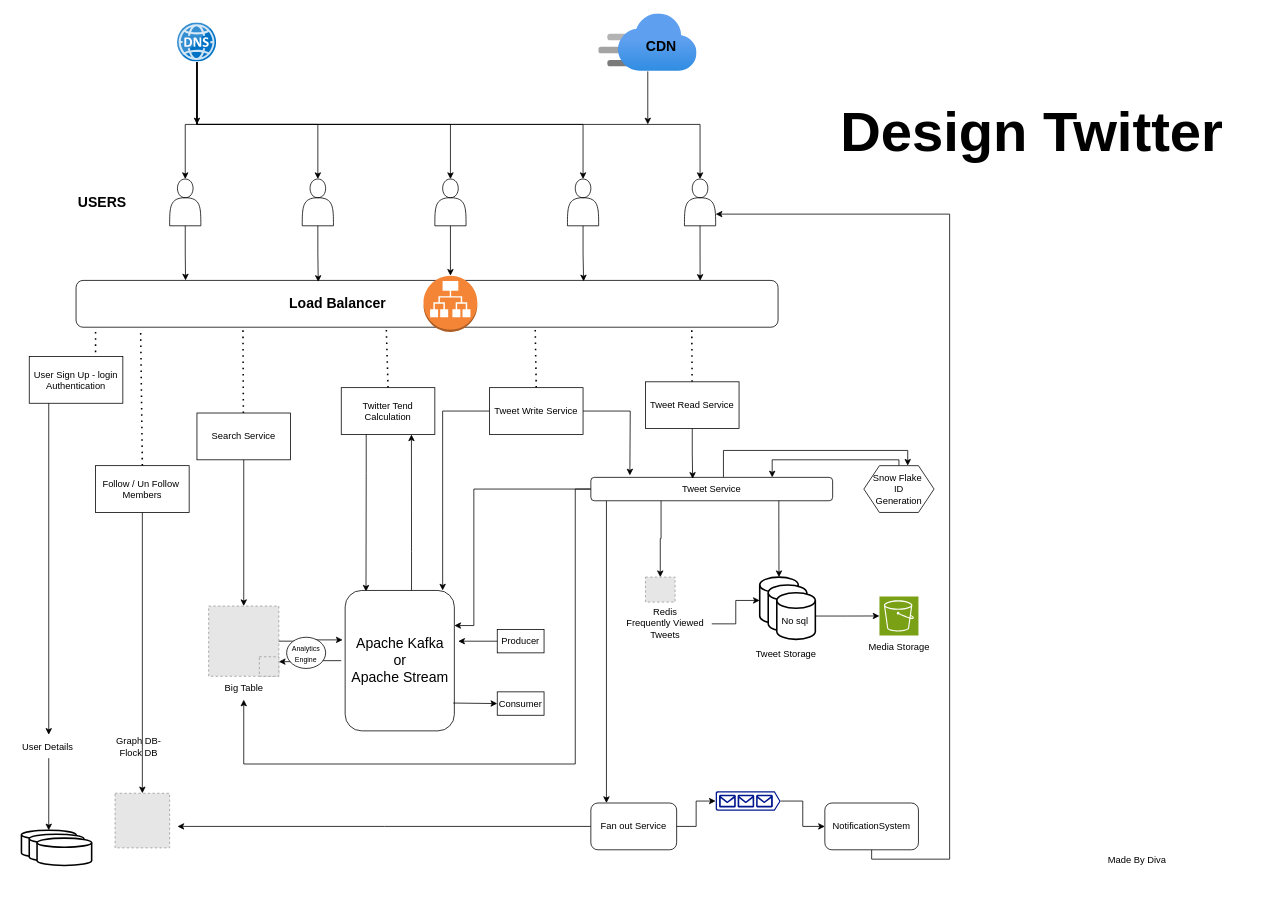
The draw.io diagram Design Twitter xml .drawio in divakar1669/HldWithDiva, before the edit. Source tidied: cells renumbered, new cells numbered last; positions are measured from the earlier drawing's top-left corner, leaving out a move shared by most shapes. Both pictures are drawn from the tidied source at 78%, with x=0, y=0 at pixel (13, 13). Pictures stored in the file or linked from it are replaced by grey dashed boxes.
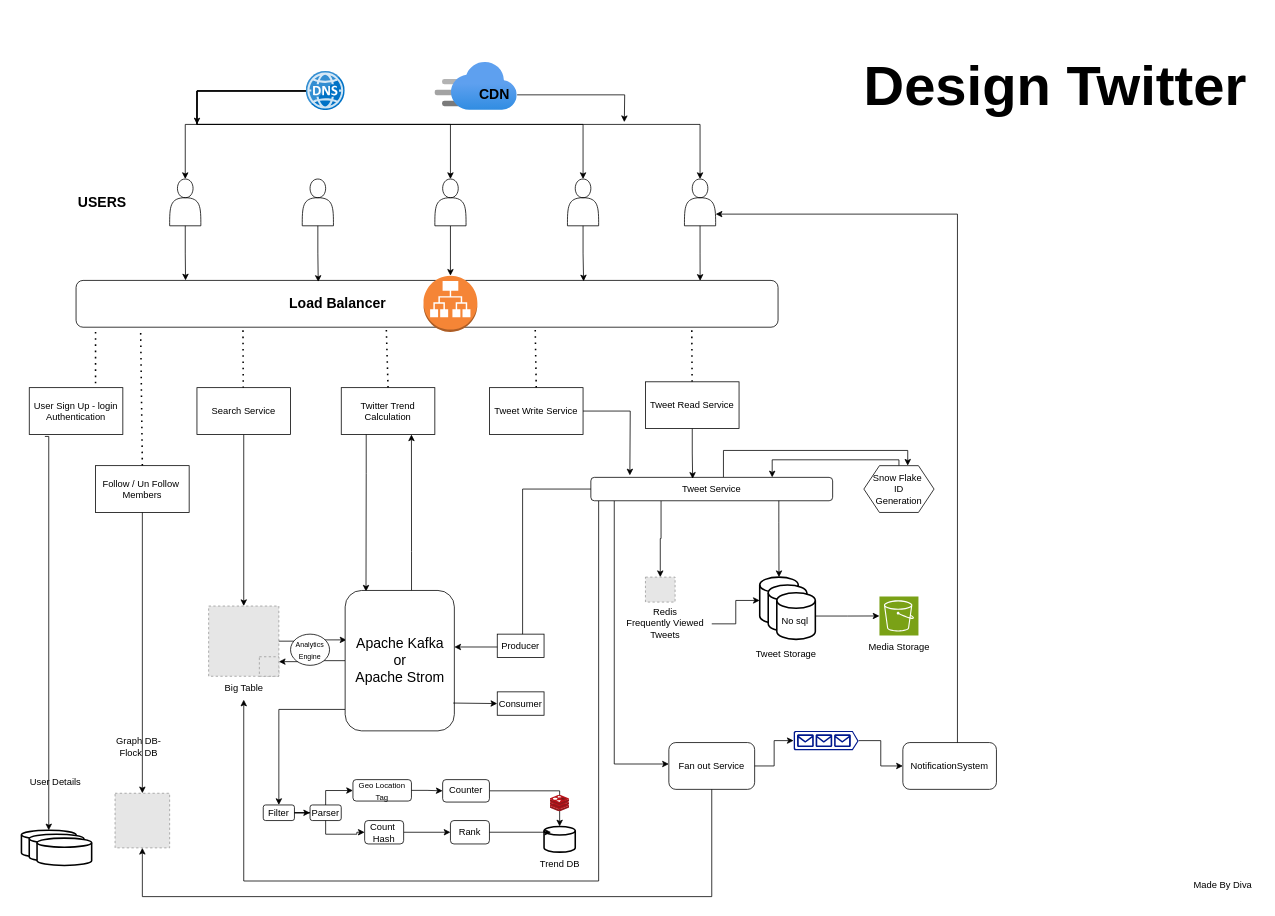
The same diagram, later.

The change refers to these unchanged cells:
```xml
<mxCell id="6" style="shape=actor;whiteSpace=wrap;html=1;" parent="1" vertex="1">
  <mxGeometry x="860" y="212" width="40" height="60" as="geometry" />
</mxCell>
<mxCell id="8" style="shape=actor;whiteSpace=wrap;html=1;" parent="1" vertex="1">
  <mxGeometry x="370" y="212" width="40" height="60" as="geometry" />
</mxCell>
<mxCell id="34" style="strokeWidth=2;html=1;shape=mxgraph.flowchart.database;whiteSpace=wrap;" parent="33" vertex="1">
  <mxGeometry y="-25" width="70" height="35" as="geometry" />
</mxCell>
<mxCell id="45" value="Tweet Write Service" style="whiteSpace=wrap;html=1;" parent="1" vertex="1">
  <mxGeometry x="610" y="479.5" width="120" height="60" as="geometry" />
</mxCell>
<mxCell id="46" style="fillColor=#E6E6E6;strokeColor=#999999;dashed=1;verticalLabelPosition=bottom;verticalAlign=top;" parent="1" vertex="1">
  <mxGeometry x="130" y="999.5" width="70" height="70" as="geometry" />
</mxCell>
<mxCell id="54" value="NotificationSystem" style="rounded=1;whiteSpace=wrap;html=1;" parent="51" vertex="1">
  <mxGeometry x="300" y="15" width="120" height="60" as="geometry" />
</mxCell>
<mxCell id="56" value="Fan out Service" style="rounded=1;whiteSpace=wrap;html=1;" parent="51" vertex="1">
  <mxGeometry y="15" width="110" height="60" as="geometry" />
</mxCell>
<mxCell id="60" value="Big Table" style="text;html=1;align=center;verticalAlign=middle;points=[];strokeColor=none;fillColor=none;" parent="1" vertex="1">
  <mxGeometry x="260" y="849.5" width="70" height="30" as="geometry" />
</mxCell>
<mxCell id="81" value="Tweet Service" style="rounded=1;whiteSpace=wrap;html=1;" parent="1" vertex="1">
  <mxGeometry x="740" y="594.5" width="310" height="30" as="geometry" />
</mxCell>
<mxCell id="94" style="rounded=1;whiteSpace=wrap;html=1;" parent="1" vertex="1">
  <mxGeometry x="425" y="739.5" width="140" height="180" as="geometry" />
</mxCell>
```

Diff of the diagram source:
```diff
@@
-    <mxCell id="10" style="edgeStyle=orthogonalEdgeStyle;rounded=0;jettySize=auto;html=1;entryX=0.5;entryY=0;entryDx=0;entryDy=0;" parent="1" edge="1" target="8">
-      <mxGeometry relative="1" as="geometry">
-        <mxPoint x="235" y="62" as="sourcePoint" />
-        <Array as="points">
-          <mxPoint x="235" y="142" />
-          <mxPoint x="390" y="142" />
-        </Array>
-      </mxGeometry>
-    </mxCell>
@@
     <mxCell id="15" style="image;html=1;points=[];align=center;fontSize=12;image=img/lib/mscae/DNS.svg;rounded=0;" parent="1" vertex="1">
-      <mxGeometry x="210" y="12" width="50" height="50" as="geometry" />
+      <mxGeometry x="375" y="74.1" width="50" height="50" as="geometry" />
     </mxCell>
@@
     <mxCell id="17" style="group;" parent="1" vertex="1">
-      <mxGeometry x="750" y="-0.1" width="126" height="74.1" as="geometry" />
+      <mxGeometry x="540" y="62" width="111.5" height="62.1" as="geometry" />
     </mxCell>
-    <mxCell id="18" style="edgeStyle=orthogonalEdgeStyle;rounded=0;jettySize=auto;html=1;" parent="17" edge="1" source="19">
-      <mxGeometry relative="1" as="geometry">
-        <mxPoint x="63" y="142.1" as="targetPoint" />
-      </mxGeometry>
-    </mxCell>
     <mxCell id="19" style="image;html=1;points=[];align=center;fontSize=12;image=img/lib/azure2/networking/CDN_Profiles.svg;rounded=0;" parent="17" vertex="1">
-      <mxGeometry width="126" height="74.1" as="geometry" />
+      <mxGeometry width="105.5" height="62.1" as="geometry" />
     </mxCell>
+    <mxCell id="100" style="edgeStyle=orthogonalEdgeStyle;rounded=0;jettySize=auto;html=1;" parent="17" edge="1" source="20">
+      <mxGeometry relative="1" as="geometry">
+        <mxPoint x="242.9" y="77.1" as="targetPoint" />
+      </mxGeometry>
+    </mxCell>
     <mxCell id="20" value="&lt;b&gt;&lt;font style=&quot;font-size: 18px;&quot;&gt;CDN&lt;/font&gt;&lt;/b&gt;" style="text;html=1;align=center;verticalAlign=middle;points=[];strokeColor=none;fillColor=none;" parent="17" vertex="1">
-      <mxGeometry x="50" y="22.1" width="60" height="40" as="geometry" />
+      <mxGeometry x="45.5" y="22.1" width="60" height="40" as="geometry" />
     </mxCell>
@@
-    <mxCell id="37" style="edgeStyle=orthogonalEdgeStyle;rounded=0;jettySize=auto;html=1;entryX=1;entryY=0.75;entryDx=0;entryDy=0;" parent="1" edge="1" source="54" target="6">
-      <mxGeometry relative="1" as="geometry">
-        <Array as="points">
-          <mxPoint x="1100" y="1084" />
-          <mxPoint x="1200" y="1084" />
-          <mxPoint x="1200" y="257" />
-        </Array>
-      </mxGeometry>
-    </mxCell>
     <mxCell id="38" value="&lt;b&gt;&lt;font style=&quot;font-size: 72px;&quot;&gt;Design Twitter&lt;/font&gt;&lt;/b&gt;" style="text;html=1;align=center;verticalAlign=middle;strokeColor=none;fillColor=none;" parent="1" vertex="1">
-      <mxGeometry x="1050" y="102" width="510" height="100" as="geometry" />
+      <mxGeometry x="1080" y="43" width="510" height="100" as="geometry" />
     </mxCell>
-    <mxCell id="39" style="edgeStyle=orthogonalEdgeStyle;rounded=0;jettySize=auto;html=1;entryX=0.5;entryY=0;entryDx=0;entryDy=0;entryPerimeter=0;" parent="1" edge="1" source="50" target="34">
-      <mxGeometry relative="1" as="geometry" />
+    <mxCell id="39" style="edgeStyle=orthogonalEdgeStyle;rounded=0;jettySize=auto;html=1;entryX=0.5;entryY=0;entryDx=0;entryDy=0;entryPerimeter=0;exitX=0.167;exitY=1.042;exitDx=0;exitDy=0;exitPerimeter=0;" parent="1" edge="1" source="40" target="34">
+      <mxGeometry relative="1" as="geometry">
+        <Array as="points">
+          <mxPoint x="45" y="542" />
+        </Array>
+      </mxGeometry>
     </mxCell>
     <mxCell id="40" value="User Sign Up - login&lt;br&gt;Authentication" style="whiteSpace=wrap;html=1;" parent="1" vertex="1">
-      <mxGeometry x="20" y="439.5" width="120" height="60" as="geometry" />
+      <mxGeometry x="20" y="479.5" width="120" height="60" as="geometry" />
     </mxCell>
@@
     <mxCell id="42" value="Search Service" style="whiteSpace=wrap;html=1;" parent="1" vertex="1">
-      <mxGeometry x="235" y="512" width="120" height="60" as="geometry" />
+      <mxGeometry x="235" y="479.5" width="120" height="60" as="geometry" />
     </mxCell>
@@
-    <mxCell id="49" style="edgeStyle=orthogonalEdgeStyle;rounded=0;jettySize=auto;html=1;entryX=0.5;entryY=0;entryDx=0;entryDy=0;entryPerimeter=0;" parent="1" edge="1" source="40" target="50">
-      <mxGeometry relative="1" as="geometry">
-        <Array as="points">
-          <mxPoint x="45" y="609.5" />
-          <mxPoint x="45" y="609.5" />
-        </Array>
-      </mxGeometry>
-    </mxCell>
     <mxCell id="50" value="User Details&amp;nbsp;" style="text;html=1;align=center;verticalAlign=middle;points=[];strokeColor=none;fillColor=none;" parent="1" vertex="1">
-      <mxGeometry y="924.5" width="90" height="30" as="geometry" />
+      <mxGeometry x="10" y="969.5" width="90" height="30" as="geometry" />
     </mxCell>
     <mxCell id="51" style="group;" parent="1" vertex="1">
-      <mxGeometry x="740" y="997" width="420" height="75" as="geometry" />
+      <mxGeometry x="840" y="919.5" width="420" height="75" as="geometry" />
     </mxCell>
@@
-    <mxCell id="55" style="edgeStyle=orthogonalEdgeStyle;rounded=0;jettySize=auto;html=1;" parent="51" edge="1" source="56">
-      <mxGeometry relative="1" as="geometry">
-        <mxPoint x="-530" y="45" as="targetPoint" />
-      </mxGeometry>
-    </mxCell>
@@
-    <mxCell id="61" value="Twitter Tend Calculation" style="whiteSpace=wrap;html=1;" parent="1" vertex="1">
+    <mxCell id="61" value="Twitter Trend Calculation" style="whiteSpace=wrap;html=1;" parent="1" vertex="1">
       <mxGeometry x="420" y="479.5" width="120" height="60" as="geometry" />
     </mxCell>
@@
     <mxCell id="76" style="edgeStyle=orthogonalEdgeStyle;rounded=0;jettySize=auto;html=1;" parent="1" edge="1" source="81" target="56">
       <mxGeometry relative="1" as="geometry">
         <Array as="points">
-          <mxPoint x="760" y="959.5" />
-          <mxPoint x="760" y="959.5" />
+          <mxPoint x="770" y="962" />
         </Array>
       </mxGeometry>
     </mxCell>
@@
     <mxCell id="78" style="edgeStyle=orthogonalEdgeStyle;rounded=0;jettySize=auto;html=1;" parent="1" edge="1" source="81" target="60">
       <mxGeometry relative="1" as="geometry">
         <Array as="points">
-          <mxPoint x="720" y="609" />
-          <mxPoint x="720" y="962" />
-          <mxPoint x="295" y="962" />
+          <mxPoint x="750" y="1112" />
+          <mxPoint x="295" y="1112" />
         </Array>
       </mxGeometry>
     </mxCell>
-    <mxCell id="79" style="edgeStyle=orthogonalEdgeStyle;rounded=0;jettySize=auto;html=1;entryX=1;entryY=0.25;entryDx=0;entryDy=0;" parent="1" edge="1" source="81" target="94">
-      <mxGeometry relative="1" as="geometry">
-        <Array as="points">
-          <mxPoint x="590" y="609" />
-          <mxPoint x="590" y="785" />
-        </Array>
-      </mxGeometry>
-    </mxCell>
@@
-    <mxCell id="87" style="edgeStyle=orthogonalEdgeStyle;rounded=0;jettySize=auto;html=1;entryX=0.893;entryY=0;entryDx=0;entryDy=0;entryPerimeter=0;" parent="1" edge="1" source="45" target="94">
-      <mxGeometry relative="1" as="geometry">
-        <Array as="points">
-          <mxPoint x="550" y="509" />
-        </Array>
-      </mxGeometry>
-    </mxCell>
     <mxCell id="88" value="&lt;font style=&quot;font-size: 9px;&quot;&gt;Analytics&lt;br&gt;Engine&lt;br&gt;&lt;/font&gt;" style="ellipse;whiteSpace=wrap;html=1;" parent="1" vertex="1">
-      <mxGeometry x="350" y="799.5" width="50" height="40" as="geometry" />
+      <mxGeometry x="355" y="795.5" width="50" height="40" as="geometry" />
     </mxCell>
@@
     <mxCell id="93" value="Made By Diva" style="text;html=1;align=center;verticalAlign=middle;strokeColor=none;fillColor=none;" parent="1" vertex="1">
-      <mxGeometry x="1390" y="1070" width="100" height="30" as="geometry" />
+      <mxGeometry x="1500" y="1102" width="100" height="30" as="geometry" />
     </mxCell>
+    <mxCell id="101" style="edgeStyle=orthogonalEdgeStyle;rounded=0;jettySize=auto;html=1;" parent="1" edge="1" source="94" target="109">
+      <mxGeometry relative="1" as="geometry">
+        <Array as="points">
+          <mxPoint x="340" y="892" />
+        </Array>
+      </mxGeometry>
+    </mxCell>
@@
-    <mxCell id="95" value="&lt;font style=&quot;font-size: 18px;&quot;&gt;Apache Kafka&lt;br&gt;or&lt;br&gt;Apache Stream&lt;/font&gt;" style="text;html=1;align=center;verticalAlign=middle;points=[];strokeColor=none;fillColor=none;" parent="1" vertex="1">
-      <mxGeometry x="420" y="789.5" width="150" height="80" as="geometry" />
+    <mxCell id="95" value="&lt;font style=&quot;font-size: 18px;&quot;&gt;Apache Kafka&lt;br&gt;or&lt;br&gt;Apache Strom&lt;/font&gt;" style="text;html=1;align=center;verticalAlign=middle;points=[];strokeColor=none;fillColor=none;" parent="1" vertex="1">
+      <mxGeometry x="425" y="789.5" width="140" height="80" as="geometry" />
     </mxCell>
+    <mxCell id="97" value="Consumer" style="whiteSpace=wrap;html=1;" parent="1" vertex="1">
+      <mxGeometry x="620" y="869.5" width="60" height="30" as="geometry" />
+    </mxCell>
+    <mxCell id="99" style="endArrow=classic;html=1;rounded=0;entryX=0;entryY=0.5;entryDx=0;entryDy=0;exitX=0.99;exitY=0.802;exitDx=0;exitDy=0;exitPerimeter=0;" parent="1" edge="1" source="94" target="97">
+      <mxGeometry relative="1" as="geometry" />
+    </mxCell>
+    <mxCell id="37" style="edgeStyle=orthogonalEdgeStyle;rounded=0;jettySize=auto;html=1;entryX=1;entryY=0.75;entryDx=0;entryDy=0;" parent="1" edge="1" source="54" target="6">
+      <mxGeometry relative="1" as="geometry">
+        <Array as="points">
+          <mxPoint x="1210" y="257" />
+        </Array>
+      </mxGeometry>
+    </mxCell>
+    <mxCell id="102" style="edgeStyle=orthogonalEdgeStyle;rounded=0;jettySize=auto;html=1;entryX=1;entryY=0.281;entryDx=0;entryDy=0;entryPerimeter=0;" parent="1" edge="1" source="81" target="95">
+      <mxGeometry relative="1" as="geometry" />
+    </mxCell>
     <mxCell id="96" value="Producer" style="whiteSpace=wrap;html=1;" parent="1" vertex="1">
-      <mxGeometry x="620" y="789.5" width="60" height="30" as="geometry" />
+      <mxGeometry x="620" y="795.5" width="60" height="30" as="geometry" />
     </mxCell>
-    <mxCell id="97" value="Consumer" style="whiteSpace=wrap;html=1;" parent="1" vertex="1">
-      <mxGeometry x="620" y="869.5" width="60" height="30" as="geometry" />
-    </mxCell>
-    <mxCell id="98" style="edgeStyle=orthogonalEdgeStyle;rounded=0;jettySize=auto;html=1;entryX=1;entryY=0.188;entryDx=0;entryDy=0;entryPerimeter=0;" parent="1" edge="1" source="96" target="95">
-      <mxGeometry relative="1" as="geometry" />
-    </mxCell>
-    <mxCell id="99" style="endArrow=classic;html=1;rounded=0;entryX=0;entryY=0.5;entryDx=0;entryDy=0;exitX=0.99;exitY=0.802;exitDx=0;exitDy=0;exitPerimeter=0;" parent="1" edge="1" source="94" target="97">
-      <mxGeometry relative="1" as="geometry" />
-    </mxCell>
+    <mxCell id="103" style="edgeStyle=orthogonalEdgeStyle;rounded=0;jettySize=auto;html=1;entryX=0.5;entryY=1;entryDx=0;entryDy=0;" parent="1" edge="1" source="56" target="46">
+      <mxGeometry relative="1" as="geometry">
+        <Array as="points">
+          <mxPoint x="895" y="1132" />
+          <mxPoint x="165" y="1132" />
+        </Array>
+      </mxGeometry>
+    </mxCell>
+    <mxCell id="104" style="strokeWidth=2;html=1;shape=mxgraph.flowchart.database;whiteSpace=wrap;" parent="1" vertex="1">
+      <mxGeometry x="680" y="1042" width="40" height="33" as="geometry" />
+    </mxCell>
+    <mxCell id="105" style="edgeStyle=orthogonalEdgeStyle;rounded=0;jettySize=auto;html=1;entryX=0.5;entryY=0;entryDx=0;entryDy=0;entryPerimeter=0;" parent="1" edge="1" source="114" target="104">
+      <mxGeometry relative="1" as="geometry" />
+    </mxCell>
+    <mxCell id="106" style="image;sketch=0;html=1;align=center;fontSize=12;image=img/lib/mscae/Cache_Redis_Product.svg;" parent="1" vertex="1">
+      <mxGeometry x="687.5" y="1002" width="25" height="21" as="geometry" />
+    </mxCell>
+    <mxCell id="107" value="Trend DB" style="text;html=1;align=center;verticalAlign=middle;strokeColor=none;fillColor=none;" parent="1" vertex="1">
+      <mxGeometry x="665" y="1075" width="70" height="30" as="geometry" />
+    </mxCell>
+    <mxCell id="108" style="group;" parent="1" vertex="1">
+      <mxGeometry x="320" y="982" width="290" height="82.5" as="geometry" />
+    </mxCell>
+    <mxCell id="109" value="Filter" style="rounded=1;whiteSpace=wrap;html=1;" parent="108" vertex="1">
+      <mxGeometry y="32.5" width="40" height="20" as="geometry" />
+    </mxCell>
+    <mxCell id="110" value="Parser" style="rounded=1;whiteSpace=wrap;html=1;" parent="108" vertex="1">
+      <mxGeometry x="60" y="32.5" width="40" height="20" as="geometry" />
+    </mxCell>
+    <mxCell id="111" style="edgeStyle=orthogonalEdgeStyle;rounded=0;jettySize=auto;html=1;entryX=0;entryY=0.5;entryDx=0;entryDy=0;" parent="108" edge="1" source="109" target="110">
+      <mxGeometry relative="1" as="geometry" />
+    </mxCell>
+    <mxCell id="112" value="&lt;font style=&quot;font-size: 10px;&quot;&gt;Geo Location Tag&lt;/font&gt;" style="rounded=1;whiteSpace=wrap;html=1;" parent="108" vertex="1">
+      <mxGeometry x="115" width="75" height="27.5" as="geometry" />
+    </mxCell>
+    <mxCell id="113" style="edgeStyle=orthogonalEdgeStyle;rounded=0;jettySize=auto;html=1;" parent="108" edge="1" source="110" target="112">
+      <mxGeometry relative="1" as="geometry">
+        <Array as="points">
+          <mxPoint x="80" y="14" />
+        </Array>
+      </mxGeometry>
+    </mxCell>
+    <mxCell id="114" value="Counter" style="rounded=1;whiteSpace=wrap;html=1;" parent="108" vertex="1">
+      <mxGeometry x="230" width="60" height="28.8" as="geometry" />
+    </mxCell>
+    <mxCell id="115" style="edgeStyle=orthogonalEdgeStyle;rounded=0;jettySize=auto;html=1;entryX=0;entryY=0.5;entryDx=0;entryDy=0;" parent="108" edge="1" source="112" target="114">
+      <mxGeometry relative="1" as="geometry" />
+    </mxCell>
+    <mxCell id="116" value="Rank" style="rounded=1;whiteSpace=wrap;html=1;" parent="108" vertex="1">
+      <mxGeometry x="240" y="52.5" width="50" height="30" as="geometry" />
+    </mxCell>
+    <mxCell id="117" style="edgeStyle=orthogonalEdgeStyle;rounded=0;jettySize=auto;html=1;entryX=0;entryY=0.5;entryDx=0;entryDy=0;" parent="108" edge="1" source="118" target="116">
+      <mxGeometry relative="1" as="geometry" />
+    </mxCell>
+    <mxCell id="118" value="Count&amp;nbsp;&lt;br&gt;Hash" style="rounded=1;whiteSpace=wrap;html=1;" parent="108" vertex="1">
+      <mxGeometry x="130" y="52.5" width="50" height="30" as="geometry" />
+    </mxCell>
+    <mxCell id="119" style="edgeStyle=orthogonalEdgeStyle;rounded=0;jettySize=auto;html=1;entryX=0;entryY=0.5;entryDx=0;entryDy=0;" parent="108" edge="1" source="110" target="118">
+      <mxGeometry relative="1" as="geometry">
+        <Array as="points">
+          <mxPoint x="80" y="70" />
+          <mxPoint x="120" y="70" />
+          <mxPoint x="120" y="68" />
+        </Array>
+      </mxGeometry>
+    </mxCell>
+    <mxCell id="120" style="edgeStyle=orthogonalEdgeStyle;rounded=0;jettySize=auto;html=1;entryX=0.227;entryY=0.226;entryDx=0;entryDy=0;entryPerimeter=0;" parent="1" edge="1" source="116" target="104">
+      <mxGeometry relative="1" as="geometry" />
+    </mxCell>
```
